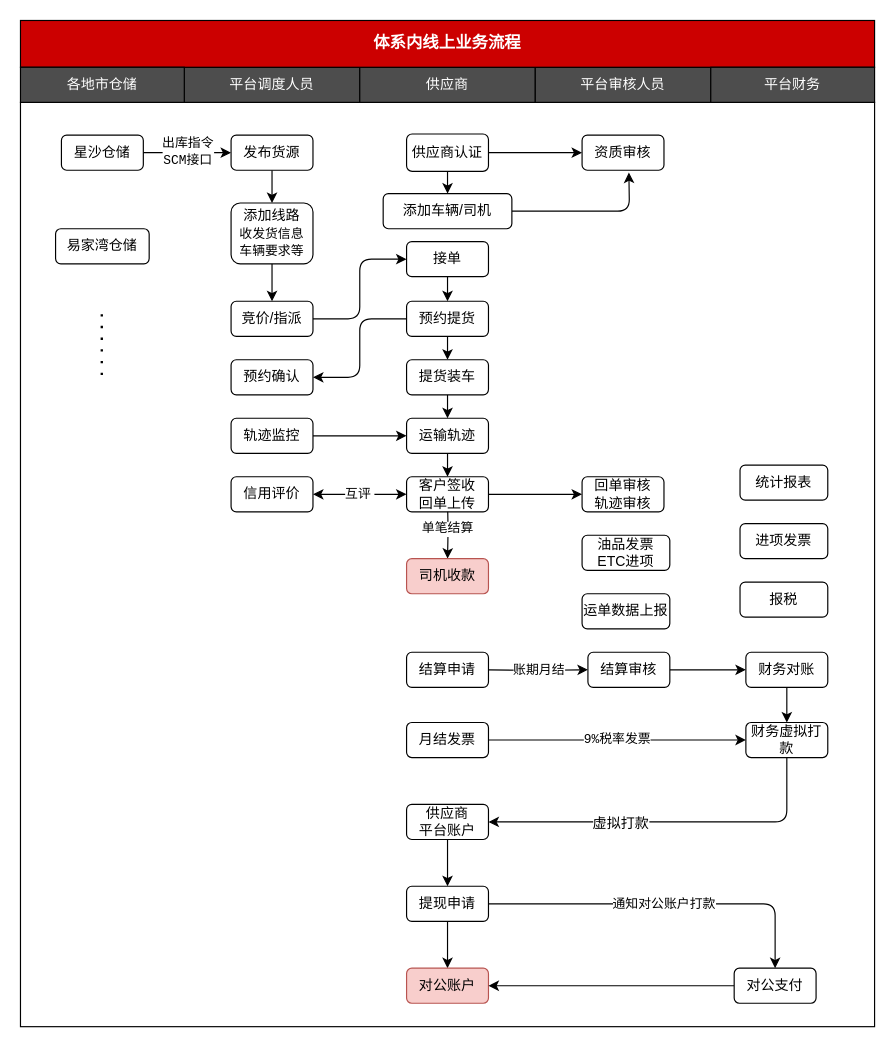
chenyibang/rdpwrap keeps this draw.io diagram as 体系内线上流程.drawio. Above is the earlier version. Source tidied: cells renumbered, new cells numbered last; positions are measured from the earlier drawing's top-left corner, leaving out a move shared by most shapes. Both pictures are drawn from the tidied source at 117%, with x=0, y=0 at pixel (20, 20).
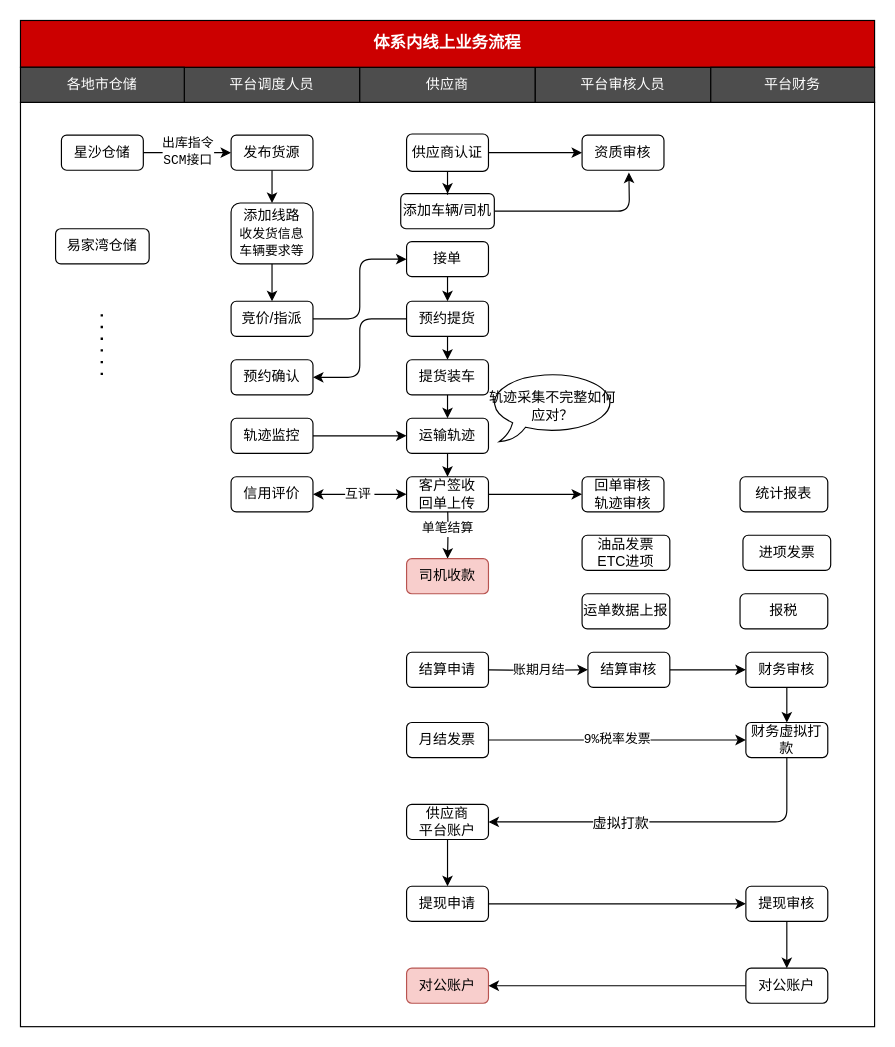
Above is the later version.

Commit message:
更新体系内线上流程.drawio

The change refers to these unchanged cells:
```xml
<mxCell id="35" value="提现申请" style="rounded=1;whiteSpace=wrap;html=1;" parent="1" vertex="1">
  <mxGeometry x="330" y="740" width="70" height="30" as="geometry" />
</mxCell>
<mxCell id="36" value="对公账户" style="rounded=1;whiteSpace=wrap;html=1;fillColor=#f8cecc;strokeColor=#b85450;" parent="1" vertex="1">
  <mxGeometry x="330" y="810" width="70" height="30" as="geometry" />
</mxCell>
<mxCell id="51" value="供应商认证" style="rounded=1;whiteSpace=wrap;html=1;" parent="1" vertex="1">
  <mxGeometry x="330" y="97" width="70" height="32" as="geometry" />
</mxCell>
```

Diff of the diagram source:
```diff
@@
-    <mxCell id="2" style="rounded=0;whiteSpace=wrap;html=1;fontFamily=Courier New;fontColor=#000000;" parent="1" vertex="1">
+    <mxCell id="2" style="rounded=0;whiteSpace=wrap;html=1;fontFamily=Courier New;fontColor=#000000;fillColor=none;" parent="1" vertex="1">
       <mxGeometry y="70" width="730" height="790" as="geometry" />
     </mxCell>
@@
-    <mxCell id="30" value="财务对账" style="rounded=1;whiteSpace=wrap;html=1;" parent="1" vertex="1">
+    <mxCell id="30" value="财务审核" style="rounded=1;whiteSpace=wrap;html=1;" parent="1" vertex="1">
       <mxGeometry x="620" y="540" width="70" height="30" as="geometry" />
     </mxCell>
@@
-    <mxCell id="33" style="edgeStyle=orthogonalEdgeStyle;rounded=1;jettySize=auto;html=1;startArrow=none;startFill=0;" parent="1" edge="1" source="35" target="36">
-      <mxGeometry relative="1" as="geometry" />
-    </mxCell>
-    <mxCell id="34" value="通知对公账户打款" style="edgeStyle=orthogonalEdgeStyle;rounded=1;jettySize=auto;html=1;entryX=0.5;entryY=0;entryDx=0;entryDy=0;startArrow=none;startFill=0;" parent="1" edge="1" source="35" target="58">
+    <mxCell id="34" style="edgeStyle=orthogonalEdgeStyle;rounded=1;jettySize=auto;html=1;entryX=0;entryY=0.5;entryDx=0;entryDy=0;startArrow=none;startFill=0;" parent="1" edge="1" source="35" target="69">
       <mxGeometry relative="1" as="geometry" />
     </mxCell>
@@
     <mxCell id="48" value="添加车辆/司机" style="rounded=1;whiteSpace=wrap;html=1;" parent="1" vertex="1">
-      <mxGeometry x="310" y="148" width="110" height="30" as="geometry" />
+      <mxGeometry x="325" y="148" width="80" height="30" as="geometry" />
     </mxCell>
@@
-    <mxCell id="50" style="edgeStyle=orthogonalEdgeStyle;rounded=1;jettySize=auto;html=1;" parent="1" edge="1" source="51" target="48">
+    <mxCell id="50" style="edgeStyle=orthogonalEdgeStyle;rounded=0;jettySize=auto;html=1;entryX=0.5;entryY=0;entryDx=0;entryDy=0;" parent="1" edge="1" source="51" target="48">
       <mxGeometry relative="1" as="geometry" />
     </mxCell>
@@
-    <mxCell id="58" value="对公支付" style="rounded=1;whiteSpace=wrap;html=1;" parent="1" vertex="1">
-      <mxGeometry x="610" y="810" width="70" height="30" as="geometry" />
+    <mxCell id="58" value="对公账户" style="rounded=1;whiteSpace=wrap;html=1;" parent="1" vertex="1">
+      <mxGeometry x="620" y="810" width="70" height="30" as="geometry" />
     </mxCell>
@@
     <mxCell id="60" value="进项发票" style="rounded=1;whiteSpace=wrap;html=1;" parent="1" vertex="1">
-      <mxGeometry x="615" y="430" width="75" height="30" as="geometry" />
+      <mxGeometry x="617.5" y="440" width="75" height="30" as="geometry" />
     </mxCell>
     <mxCell id="61" value="报税" style="rounded=1;whiteSpace=wrap;html=1;" parent="1" vertex="1">
-      <mxGeometry x="615" y="480" width="75" height="30" as="geometry" />
+      <mxGeometry x="615" y="490" width="75" height="30" as="geometry" />
     </mxCell>
     <mxCell id="62" value="统计报表" style="rounded=1;whiteSpace=wrap;html=1;" parent="1" vertex="1">
-      <mxGeometry x="615" y="380" width="75" height="30" as="geometry" />
+      <mxGeometry x="615" y="390" width="75" height="30" as="geometry" />
     </mxCell>
@@
+    <mxCell id="68" style="edgeStyle=orthogonalEdgeStyle;rounded=0;jettySize=auto;html=1;" parent="1" edge="1" source="69" target="58">
+      <mxGeometry relative="1" as="geometry" />
+    </mxCell>
+    <mxCell id="69" value="提现审核" style="rounded=1;whiteSpace=wrap;html=1;" parent="1" vertex="1">
+      <mxGeometry x="620" y="740" width="70" height="30" as="geometry" />
+    </mxCell>
+    <mxCell id="70" value="&lt;span style=&quot;white-space: normal&quot;&gt;轨迹采集不完整如何应对？&lt;/span&gt;" style="whiteSpace=wrap;html=1;shape=mxgraph.basic.oval_callout;fillColor=none;" parent="1" vertex="1">
+      <mxGeometry x="400" y="300" width="110" height="60" as="geometry" />
+    </mxCell>
```
